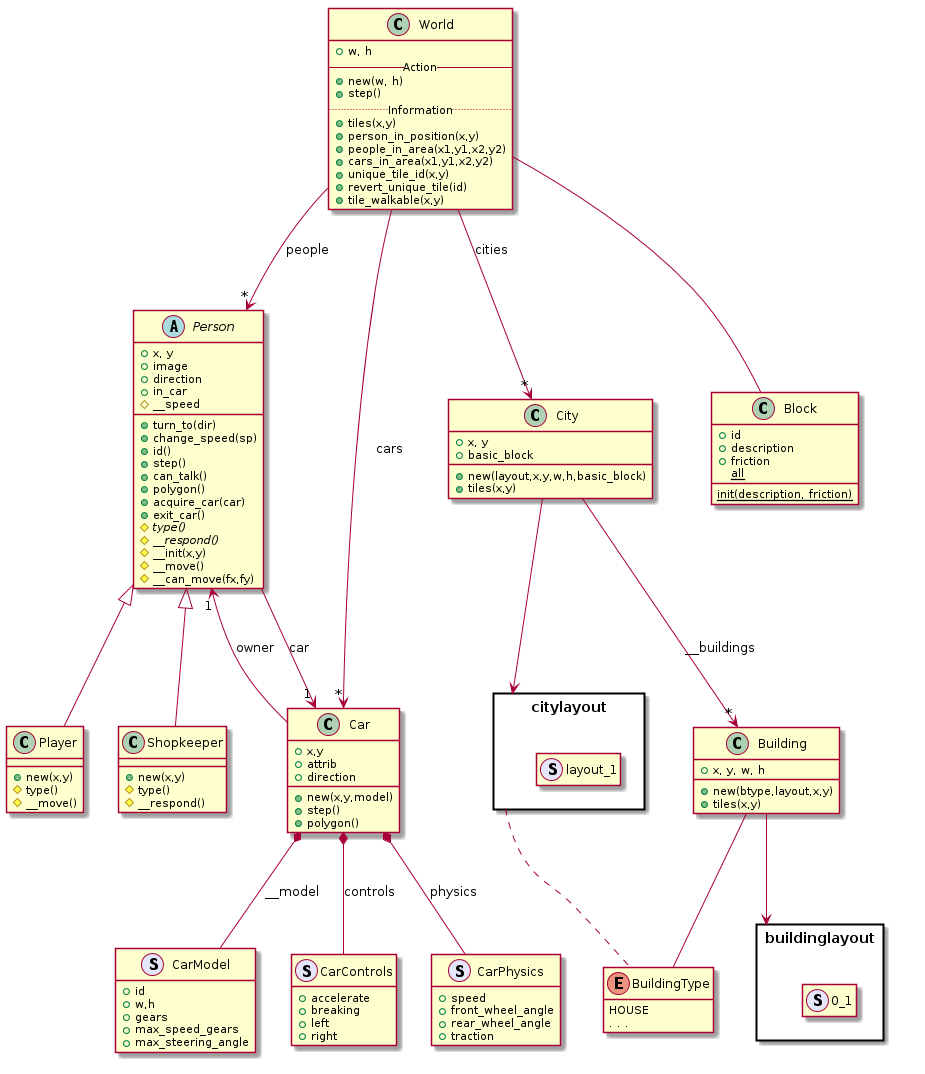
andrenho/newhope keeps this PlantUML diagram as doc/engine.png. Above is the earlier version.
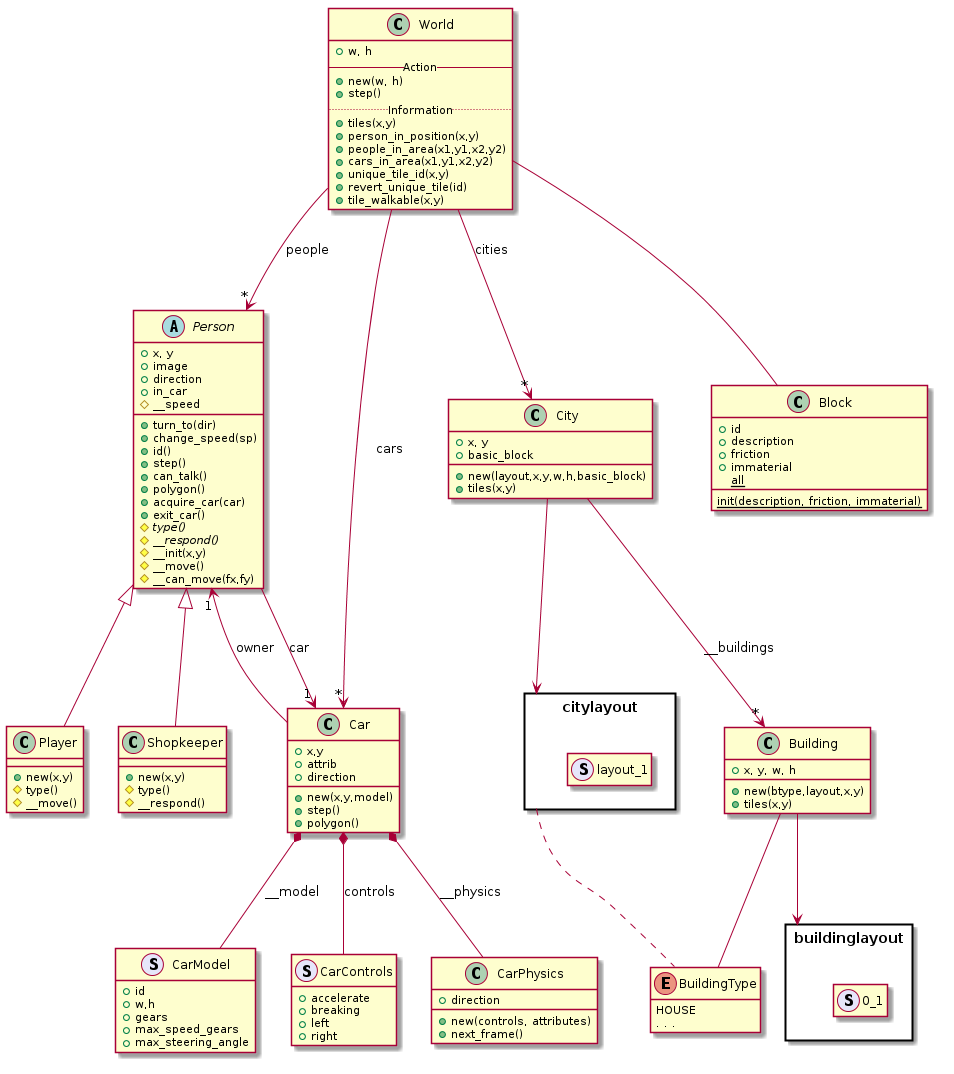
Above is the later version.

What changed in the source:
```diff
@@ -24,7 +24,7 @@
 
 Car *-- CarModel : __model
 Car *-- CarControls : controls
-Car *-- CarPhysics : physics
+Car *-- CarPhysics : __physics
 
 World -- enum Block
 
@@ -93,13 +93,11 @@
 }
 hide CarControls methods
 
-class CarPhysics << (S,lavender) >> {
-  +speed
-  +front_wheel_angle
-  +rear_wheel_angle
-  +traction
+class CarPhysics {
+  +direction
+  +new(controls, attributes)
+  +next_frame()
 }
-hide CarPhysics methods
 
 class CarModel << (S,lavender) >> {
   +id
@@ -127,8 +125,9 @@
   +id
   +description
   +friction
+  +immaterial
   {static} +all
-  {static} +init(description, friction)
+  {static} +init(description, friction, immaterial)
 }
 
 enum BuildingType {
```
